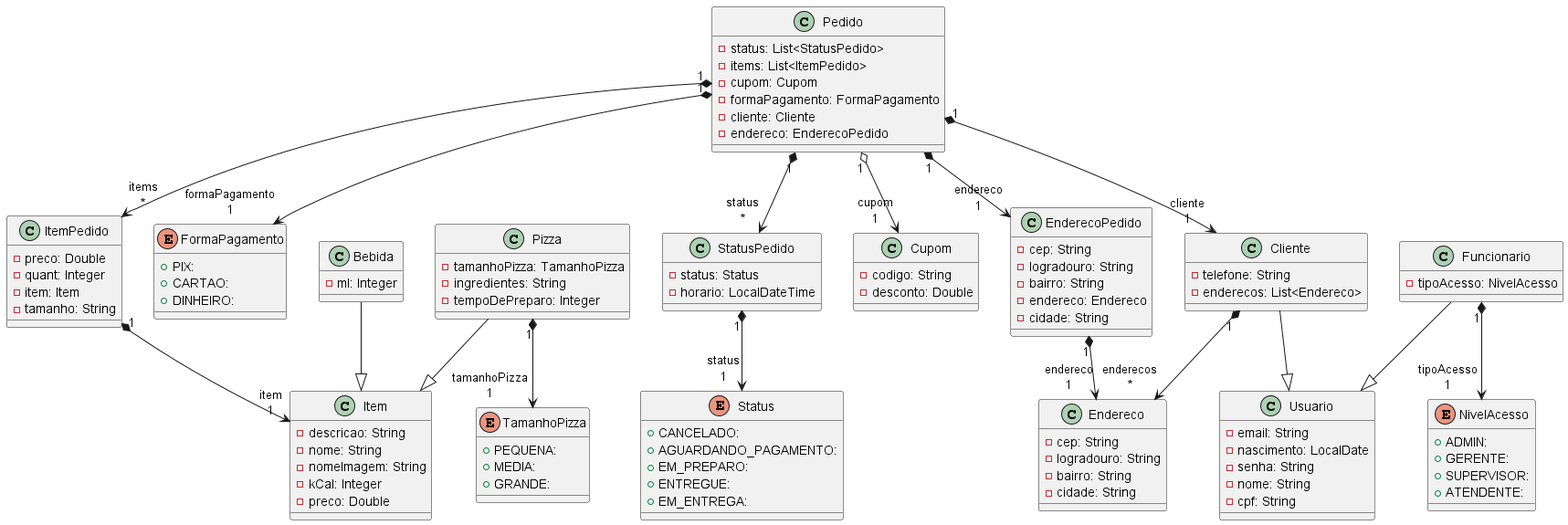
This is backend/diagrama.png from LucasCastroo/PizzariaTP2, a PlantUML export, as it was before one commit.
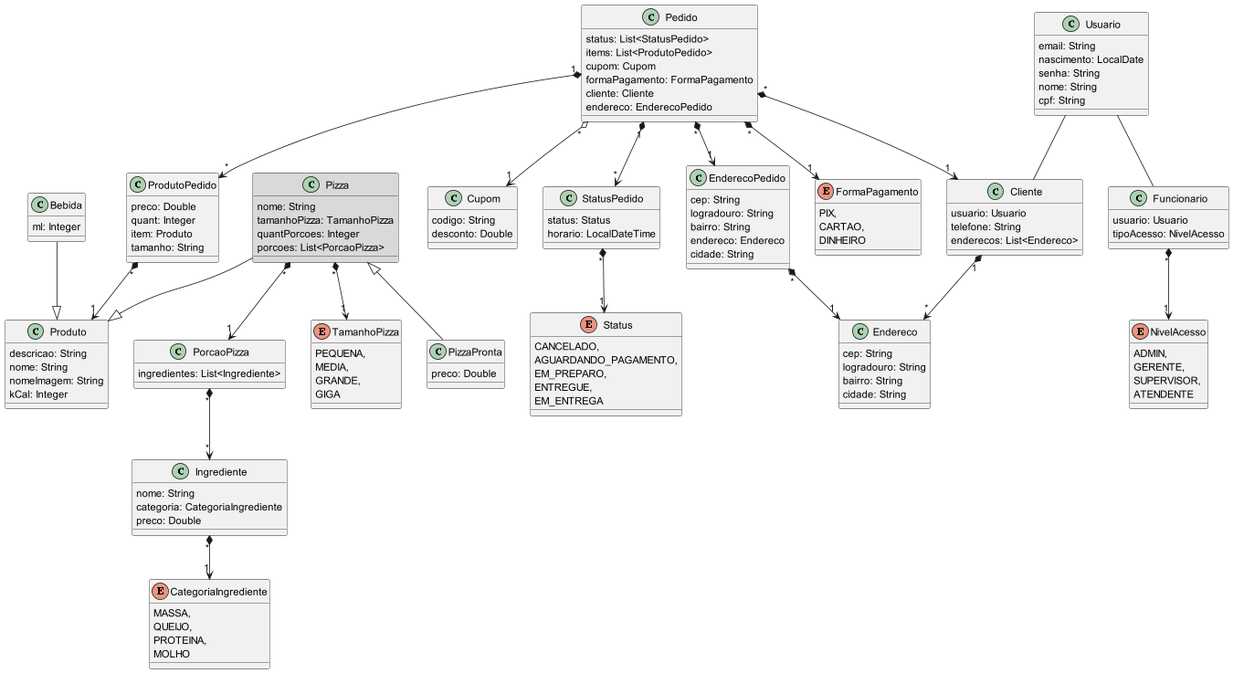
After the change.

What changed in the source:
```diff
@@ -1,108 +1,142 @@
 @startuml
 
 class Bebida {
-  - ml: Integer
+   ml: Integer
 }
-class Cliente {
-  - telefone: String
-  - enderecos: List<Endereco>
-}
+
 class Cupom {
-  - codigo: String
-  - desconto: Double
+   codigo: String
+   desconto: Double
 }
 class Endereco {
-  - cep: String
-  - logradouro: String
-  - bairro: String
-  - cidade: String
+   cep: String
+   logradouro: String
+   bairro: String
+   cidade: String
 }
 class EnderecoPedido {
-  - cep: String
-  - logradouro: String
-  - bairro: String
-  - endereco: Endereco
-  - cidade: String
+   cep: String
+   logradouro: String
+   bairro: String
+   endereco: Endereco
+   cidade: String
 }
 enum FormaPagamento {
-  + PIX:
-  + CARTAO:
-  + DINHEIRO:
+   PIX,
+   CARTAO,
+   DINHEIRO
 }
-class Funcionario {
-  - tipoAcesso: NivelAcesso
+
+class Produto {
+   descricao: String
+   nome: String
+   nomeImagem: String
+   kCal: Integer
 }
-class Item {
-  - descricao: String
-  - nome: String
-  - nomeImagem: String
-  - kCal: Integer
-  - preco: Double
-}
-class ItemPedido {
-  - preco: Double
-  - quant: Integer
-  - item: Item
-  - tamanho: String
+class ProdutoPedido {
+   preco: Double
+   quant: Integer
+   item: Produto
+   tamanho: String
 }
 enum NivelAcesso {
-  + ADMIN:
-  + GERENTE:
-  + SUPERVISOR:
-  + ATENDENTE:
+   ADMIN,
+   GERENTE,
+   SUPERVISOR,
+   ATENDENTE
 }
 class Pedido {
-  - status: List<StatusPedido>
-  - items: List<ItemPedido>
-  - cupom: Cupom
-  - formaPagamento: FormaPagamento
-  - cliente: Cliente
-  - endereco: EnderecoPedido
+   status: List<StatusPedido>
+   items: List<ProdutoPedido>
+   cupom: Cupom
+   formaPagamento: FormaPagamento
+   cliente: Cliente
+   endereco: EnderecoPedido
 }
-class Pizza {
-  - tamanhoPizza: TamanhoPizza
-  - ingredientes: String
-  - tempoDePreparo: Integer
+class Pizza #d9d9d9{
+   nome: String
+   tamanhoPizza: TamanhoPizza
+   quantPorcoes: Integer
+   porcoes: List<PorcaoPizza>
 }
+
+class PizzaPronta extends Pizza{
+    preco: Double
+}
+
+class PorcaoPizza {
+   ingredientes: List<Ingrediente>
+}
+
 enum Status {
-  + CANCELADO:
-  + AGUARDANDO_PAGAMENTO:
-  + EM_PREPARO:
-  + ENTREGUE:
-  + EM_ENTREGA:
+   CANCELADO,
+   AGUARDANDO_PAGAMENTO,
+   EM_PREPARO,
+   ENTREGUE,
+   EM_ENTREGA
 }
 class StatusPedido {
-  - status: Status
-  - horario: LocalDateTime
+   status: Status
+   horario: LocalDateTime
 }
+
 enum TamanhoPizza {
-  + PEQUENA:
-  + MEDIA:
-  + GRANDE:
+   PEQUENA,
+   MEDIA,
+   GRANDE,
+   GIGA
 }
 class Usuario {
-  - email: String
-  - nascimento: LocalDate
-  - senha: String
-  - nome: String
-  - cpf: String
+   email: String
+   nascimento: LocalDate
+   senha: String
+   nome: String
+   cpf: String
 }
 
+class Cliente {
+   usuario: Usuario
+   telefone: String
+   enderecos: List<Endereco>
+}
 
-Bebida          --^  Item
-Cliente        "1" *--> "enderecos\n*" Endereco
-Cliente         --^  Usuario
-EnderecoPedido "1" *--> "endereco\n1" Endereco
-Funcionario    "1" *--> "tipoAcesso\n1" NivelAcesso
-Funcionario     --^  Usuario
-ItemPedido     "1" *--> "item\n1" Item
-Pedido         "1" *--> "cliente\n1" Cliente
-Pedido         "1" o--> "cupom\n1" Cupom
-Pedido         "1" *--> "endereco\n1" EnderecoPedido
-Pedido         "1" *--> "formaPagamento\n1" FormaPagamento
-Pedido         "1" *--> "items\n*" ItemPedido
-Pedido         "1" *--> "status\n*" StatusPedido
-Pizza           --^  Item
-Pizza          "1" *--> "tamanhoPizza\n1" TamanhoPizza
-StatusPedido   "1" *--> "status\n1" Status
+class Funcionario {
+   usuario: Usuario
+   tipoAcesso: NivelAcesso
+}
+
+class Ingrediente {
+     nome: String
+     categoria: CategoriaIngrediente
+     preco: Double
+}
+
+enum CategoriaIngrediente{
+    MASSA,
+    QUEIJO,
+    PROTEINA,
+    MOLHO
+}
+
+Usuario -- Cliente
+Usuario -- Funcionario
+Bebida          --^  Produto
+Cliente        "1" *--> "*" Endereco
+EnderecoPedido "*" *--> "1" Endereco
+Funcionario    "*" *--> "1" NivelAcesso
+ProdutoPedido     "*" *--> "1" Produto
+Pedido         "*" *--> "1" Cliente
+Pedido         "*" o--> "1" Cupom
+Pedido         "*" *--> "1" EnderecoPedido
+Pedido         "*" *--> "1" FormaPagamento
+Pedido         "1" *--> "*" ProdutoPedido
+Pedido         "1" *--> "*" StatusPedido
+Pizza           --^  Produto
+Pizza          "*" *--> "1" TamanhoPizza
+StatusPedido   "*" *--> "1" Status
+Ingrediente    "*" *--> "1" CategoriaIngrediente
+PorcaoPizza    "*" *--> "*" Ingrediente
+Pizza          "*" *--> "1" PorcaoPizza
+
+
 @enduml
```
